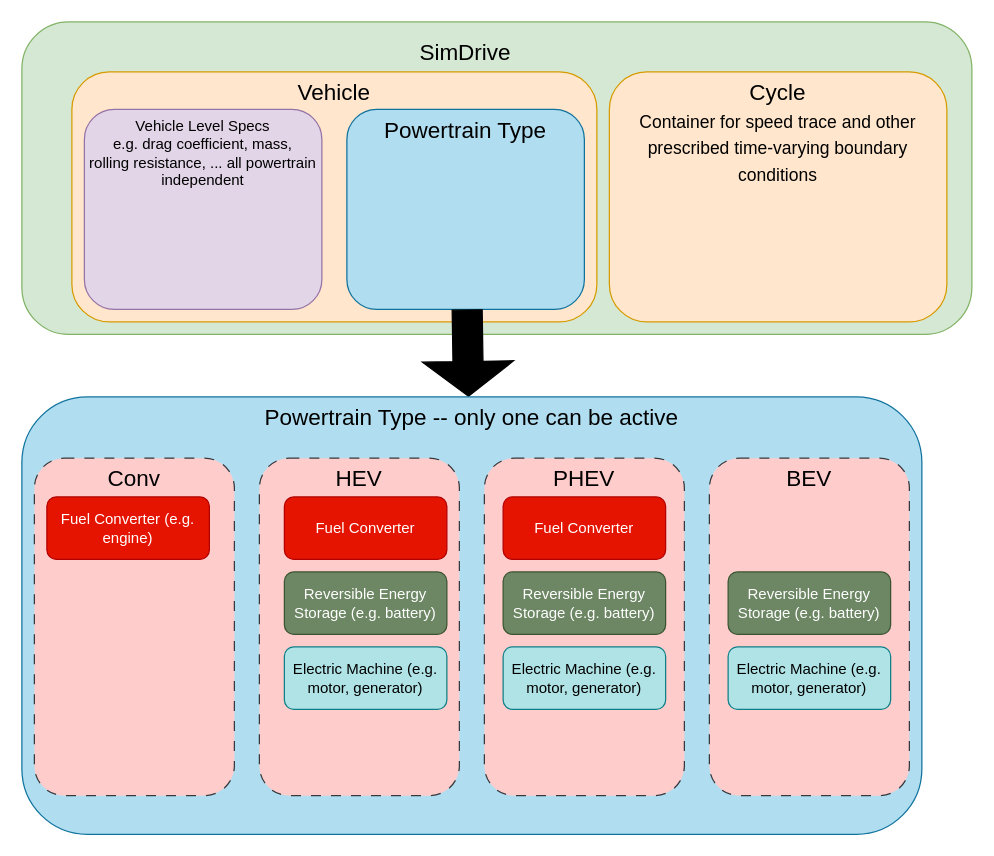
calbaker/vector_graphics keeps this draw.io diagram as fastsim-3.drawio. Above is the earlier version. Source tidied: cells renumbered, new cells numbered last; positions are measured from the earlier drawing's top-left corner, leaving out a move shared by most shapes. Both pictures are drawn from the tidied source at 125%, with x=0, y=0 at pixel (21, 21).
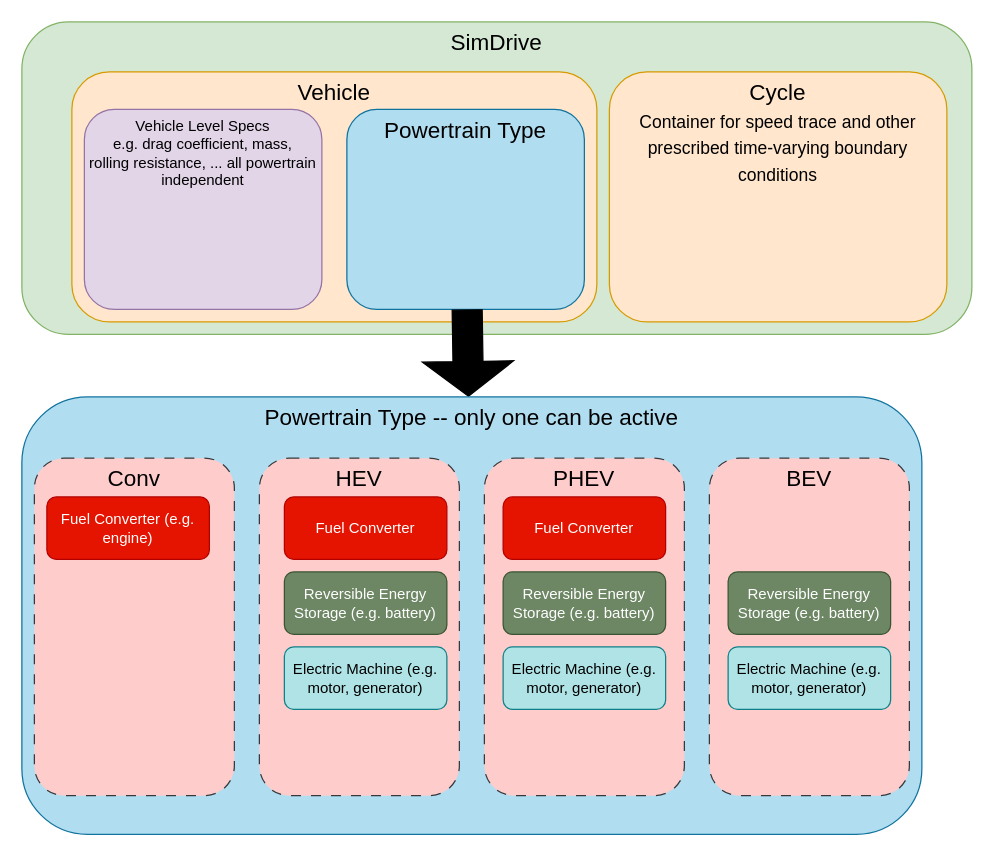
The same diagram, later.

Change to the diagram source:
```diff
@@
-    <mxCell id="2" style="rounded=1;whiteSpace=wrap;html=1;fillColor=#d5e8d4;strokeColor=#82b366;" parent="1" vertex="1">
+    <mxCell id="2" value="&lt;font style=&quot;font-size: 18px;&quot;&gt;SimDrive&lt;/font&gt;" style="rounded=1;whiteSpace=wrap;html=1;fillColor=#d5e8d4;strokeColor=#82b366;verticalAlign=top;" parent="1" vertex="1">
       <mxGeometry width="760" height="250" as="geometry" />
     </mxCell>
-    <mxCell id="3" value="SimDrive" style="text;html=1;align=center;verticalAlign=middle;whiteSpace=wrap;rounded=0;fontSize=18;" parent="1" vertex="1">
-      <mxGeometry x="325" y="10" width="60" height="30" as="geometry" />
-    </mxCell>
```
